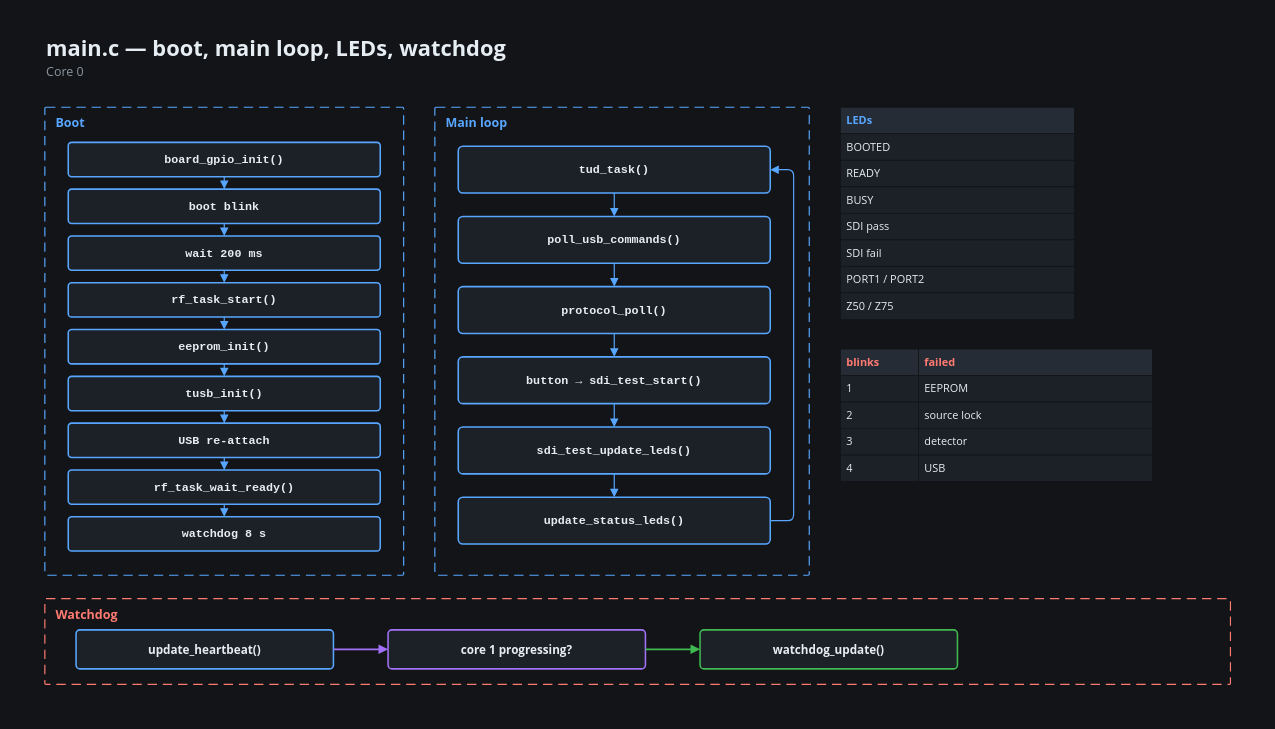
Earlier version of the draw.io diagram docs/presentation/diagrams/code-10-main.drawio (ml3rc/SNA). Source tidied: cells renumbered, new cells numbered last; positions are measured from the earlier drawing's top-left corner, leaving out a move shared by most shapes. Both pictures are drawn from the tidied source at 78%, with x=0, y=0 at pixel (13, 13).
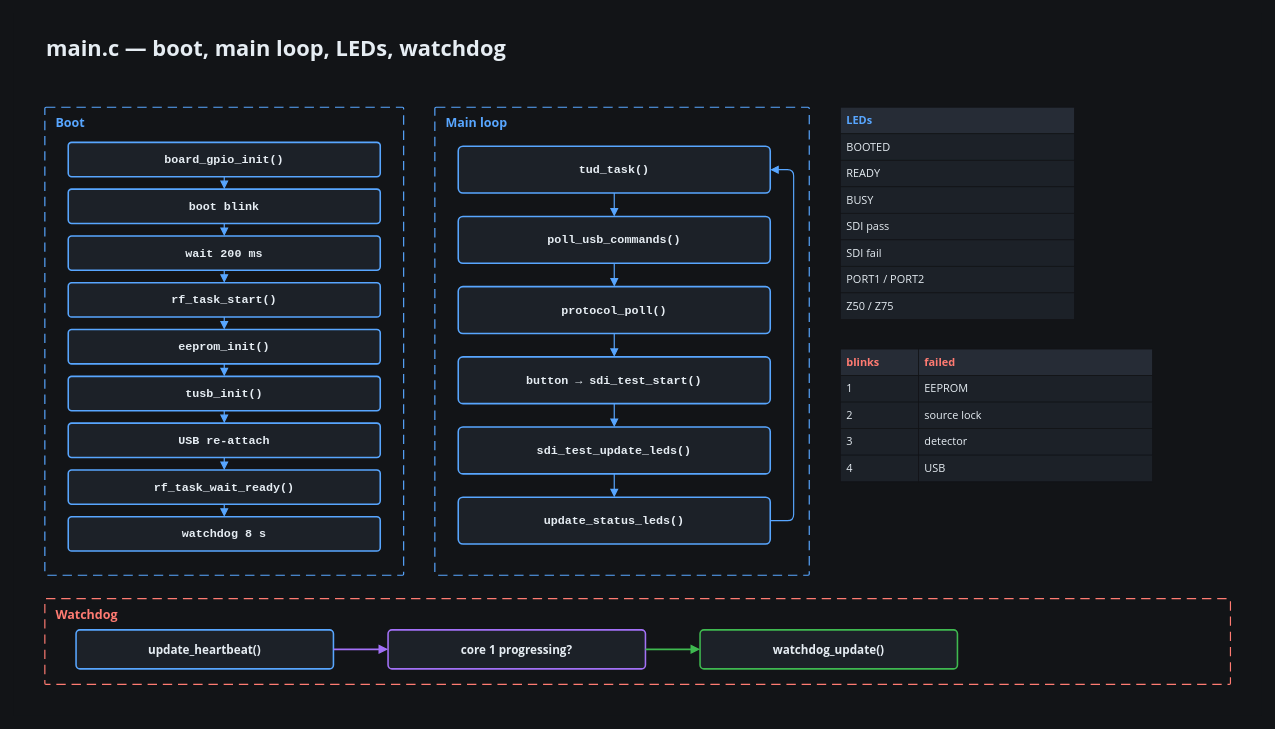
After the change.

The edit, as a diff of the source:
```diff
@@
-    <mxCell id="7" value="Core 0" style="text;html=1;whiteSpace=wrap;strokeColor=none;fillColor=none;fontColor=#8B949E;fontFamily=Segoe UI;fontSize=16;fontStyle=0;align=left;verticalAlign=middle;" parent="1" vertex="1">
-      <mxGeometry x="40" y="62" width="1520" height="26" as="geometry" />
-    </mxCell>
```
